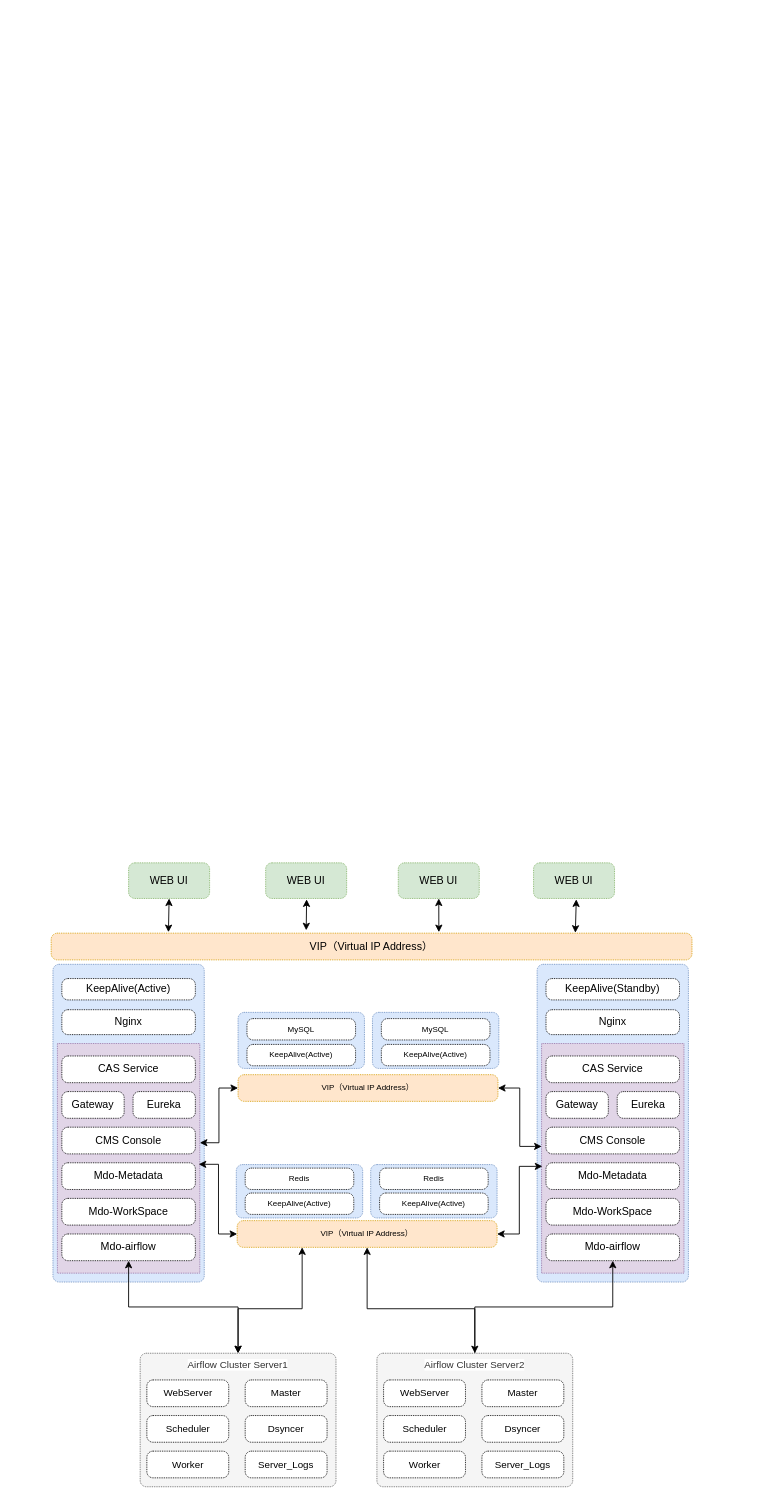
Before: Untitled Diagram.drawio in fayson/cdh-autouninstall, a draw.io diagram. Source tidied: cells renumbered, new cells numbered last; positions are measured from the earlier drawing's top-left corner, leaving out a move shared by most shapes. Both pictures are drawn from the tidied source at 89%, with x=0, y=0 at pixel (51, 862).
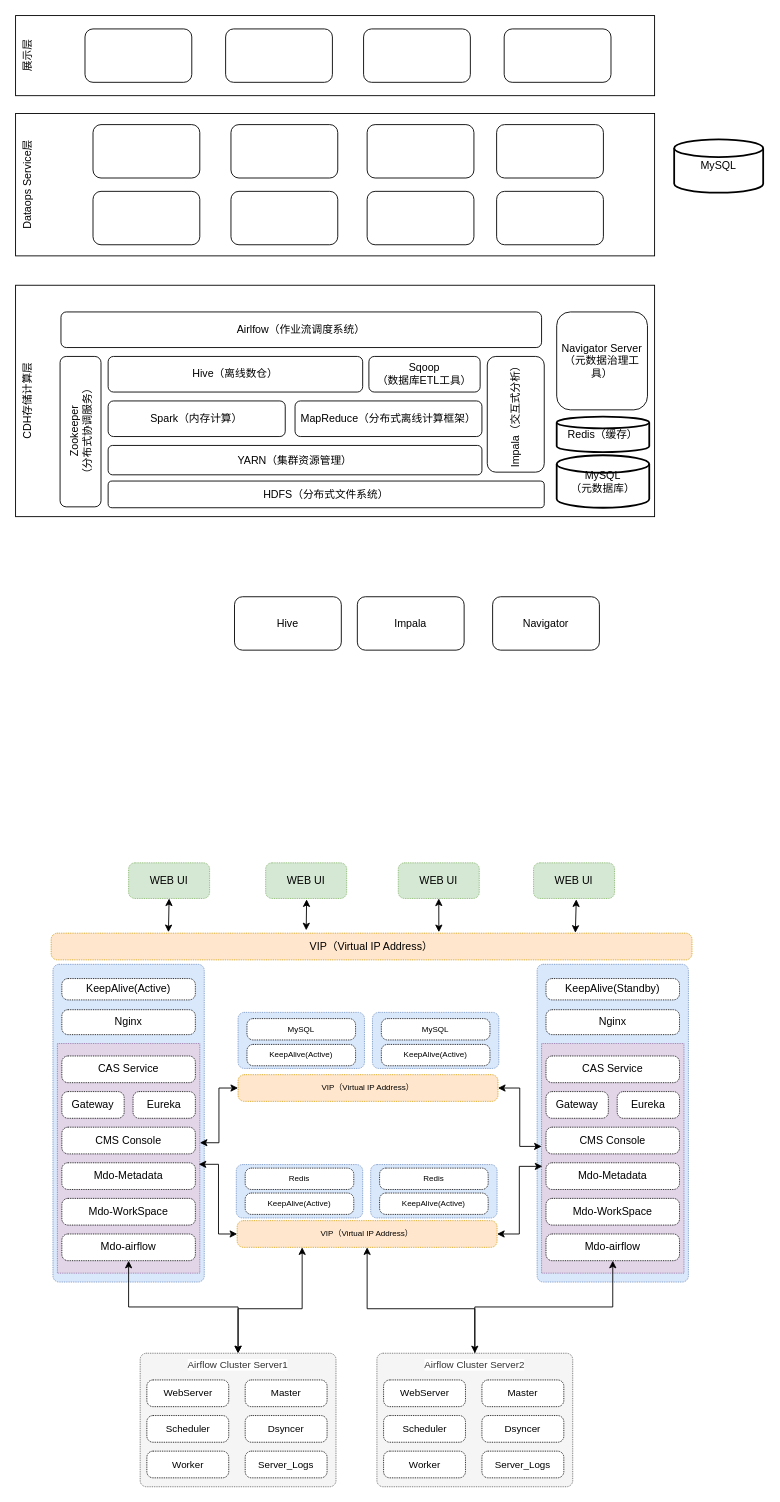
Above is the later version.

What changed in the source:
```diff
@@
+    <mxCell id="69" value="Dataops Service层" style="rounded=0;whiteSpace=wrap;html=1;align=center;horizontal=0;verticalAlign=top;" parent="1" vertex="1">
+      <mxGeometry x="-40" y="-842" width="718" height="160" as="geometry" />
+    </mxCell>
+    <mxCell id="70" value="CDH存储计算层" style="rounded=0;whiteSpace=wrap;html=1;align=center;horizontal=0;verticalAlign=top;" parent="1" vertex="1">
+      <mxGeometry x="-40" y="-649" width="718" height="260" as="geometry" />
+    </mxCell>
+    <mxCell id="71" value="MySQL&lt;br&gt;（元数据库）" style="strokeWidth=2;html=1;shape=mxgraph.flowchart.database;whiteSpace=wrap;" parent="1" vertex="1">
+      <mxGeometry x="568" y="-458" width="104" height="59" as="geometry" />
+    </mxCell>
+    <mxCell id="72" value="展示层" style="rounded=0;whiteSpace=wrap;html=1;align=center;horizontal=0;verticalAlign=top;" parent="1" vertex="1">
+      <mxGeometry x="-40" y="-952" width="718" height="90" as="geometry" />
+    </mxCell>
+    <mxCell id="73" value="MySQL" style="strokeWidth=2;html=1;shape=mxgraph.flowchart.database;whiteSpace=wrap;" parent="1" vertex="1">
+      <mxGeometry x="700" y="-813" width="100" height="60" as="geometry" />
+    </mxCell>
+    <mxCell id="74" value="Redis（缓存）" style="strokeWidth=2;html=1;shape=mxgraph.flowchart.database;whiteSpace=wrap;" parent="1" vertex="1">
+      <mxGeometry x="568" y="-501.5" width="104" height="40" as="geometry" />
+    </mxCell>
+    <mxCell id="75" style="rounded=1;whiteSpace=wrap;html=1;" parent="1" vertex="1">
+      <mxGeometry x="47" y="-829.5" width="120" height="60" as="geometry" />
+    </mxCell>
+    <mxCell id="76" style="rounded=1;whiteSpace=wrap;html=1;" parent="1" vertex="1">
+      <mxGeometry x="202" y="-829.5" width="120" height="60" as="geometry" />
+    </mxCell>
+    <mxCell id="77" style="rounded=1;whiteSpace=wrap;html=1;" parent="1" vertex="1">
+      <mxGeometry x="355" y="-829.5" width="120" height="60" as="geometry" />
+    </mxCell>
+    <mxCell id="78" style="rounded=1;whiteSpace=wrap;html=1;" parent="1" vertex="1">
+      <mxGeometry x="500.5" y="-829.5" width="120" height="60" as="geometry" />
+    </mxCell>
+    <mxCell id="79" style="rounded=1;whiteSpace=wrap;html=1;" parent="1" vertex="1">
+      <mxGeometry x="47" y="-754.5" width="120" height="60" as="geometry" />
+    </mxCell>
+    <mxCell id="80" style="rounded=1;whiteSpace=wrap;html=1;" parent="1" vertex="1">
+      <mxGeometry x="202" y="-754.5" width="120" height="60" as="geometry" />
+    </mxCell>
+    <mxCell id="81" style="rounded=1;whiteSpace=wrap;html=1;" parent="1" vertex="1">
+      <mxGeometry x="355" y="-754.5" width="120" height="60" as="geometry" />
+    </mxCell>
+    <mxCell id="82" style="rounded=1;whiteSpace=wrap;html=1;" parent="1" vertex="1">
+      <mxGeometry x="500.5" y="-754.5" width="120" height="60" as="geometry" />
+    </mxCell>
+    <mxCell id="83" style="rounded=1;whiteSpace=wrap;html=1;" parent="1" vertex="1">
+      <mxGeometry x="38" y="-937" width="120" height="60" as="geometry" />
+    </mxCell>
+    <mxCell id="84" style="rounded=1;whiteSpace=wrap;html=1;" parent="1" vertex="1">
+      <mxGeometry x="196" y="-937" width="120" height="60" as="geometry" />
+    </mxCell>
+    <mxCell id="85" style="rounded=1;whiteSpace=wrap;html=1;" parent="1" vertex="1">
+      <mxGeometry x="351" y="-937" width="120" height="60" as="geometry" />
+    </mxCell>
+    <mxCell id="86" style="rounded=1;whiteSpace=wrap;html=1;" parent="1" vertex="1">
+      <mxGeometry x="509" y="-937" width="120" height="60" as="geometry" />
+    </mxCell>
+    <mxCell id="87" value="HDFS（分布式文件系统）" style="rounded=1;whiteSpace=wrap;html=1;" parent="1" vertex="1">
+      <mxGeometry x="64" y="-429" width="490" height="30" as="geometry" />
+    </mxCell>
+    <mxCell id="88" value="Hive" style="rounded=1;whiteSpace=wrap;html=1;" parent="1" vertex="1">
+      <mxGeometry x="206" y="-299" width="120" height="60" as="geometry" />
+    </mxCell>
+    <mxCell id="89" value="Impala" style="rounded=1;whiteSpace=wrap;html=1;" parent="1" vertex="1">
+      <mxGeometry x="344" y="-299" width="120" height="60" as="geometry" />
+    </mxCell>
+    <mxCell id="90" value="Airlfow（作业流调度系统）" style="rounded=1;whiteSpace=wrap;html=1;" parent="1" vertex="1">
+      <mxGeometry x="11" y="-619" width="540" height="40" as="geometry" />
+    </mxCell>
+    <mxCell id="91" value="Navigator" style="rounded=1;whiteSpace=wrap;html=1;" parent="1" vertex="1">
+      <mxGeometry x="496" y="-299" width="120" height="60" as="geometry" />
+    </mxCell>
+    <mxCell id="92" value="YARN（集群资源管理）" style="rounded=1;whiteSpace=wrap;html=1;" parent="1" vertex="1">
+      <mxGeometry x="64" y="-469" width="420" height="33" as="geometry" />
+    </mxCell>
+    <mxCell id="93" value="MapReduce（分布式离线计算框架）" style="rounded=1;whiteSpace=wrap;html=1;" parent="1" vertex="1">
+      <mxGeometry x="274" y="-519" width="210" height="40" as="geometry" />
+    </mxCell>
+    <mxCell id="94" value="Hive（离线数仓）" style="rounded=1;whiteSpace=wrap;html=1;" parent="1" vertex="1">
+      <mxGeometry x="64" y="-569" width="286" height="40" as="geometry" />
+    </mxCell>
+    <mxCell id="95" value="Spark（内存计算）" style="rounded=1;whiteSpace=wrap;html=1;" parent="1" vertex="1">
+      <mxGeometry x="64" y="-519" width="199" height="40" as="geometry" />
+    </mxCell>
+    <mxCell id="96" value="Impala（交互式分析）" style="rounded=1;whiteSpace=wrap;html=1;horizontal=0;" parent="1" vertex="1">
+      <mxGeometry x="490" y="-569" width="64" height="130" as="geometry" />
+    </mxCell>
+    <mxCell id="97" value="Zookeeper&lt;br&gt;（分布式协调服务）" style="rounded=1;whiteSpace=wrap;html=1;horizontal=0;" parent="1" vertex="1">
+      <mxGeometry x="10" y="-569" width="46" height="169" as="geometry" />
+    </mxCell>
+    <mxCell id="98" value="Sqoop&lt;br&gt;（数据库ETL工具）" style="rounded=1;whiteSpace=wrap;html=1;" parent="1" vertex="1">
+      <mxGeometry x="357" y="-569" width="125" height="40" as="geometry" />
+    </mxCell>
+    <mxCell id="99" value="Navigator Server&lt;br&gt;（元数据治理工具）" style="rounded=1;whiteSpace=wrap;html=1;horizontal=1;" parent="1" vertex="1">
+      <mxGeometry x="568" y="-619" width="102" height="110" as="geometry" />
+    </mxCell>
```
